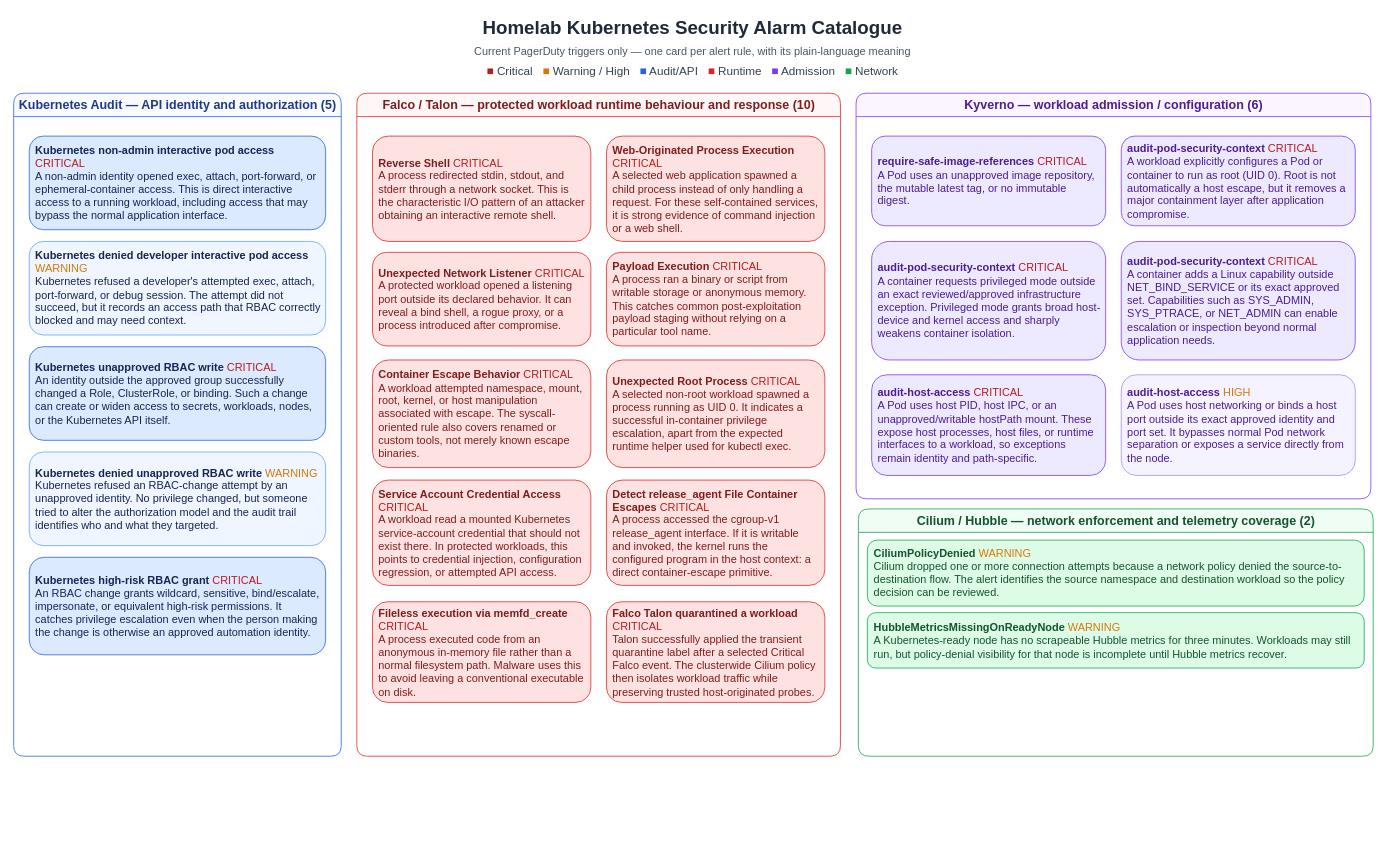
Before: visual/security-alarm-catalogue.drawio in EmrhT/ultimate-iac, a draw.io diagram. Source tidied: cells renumbered, new cells numbered last; positions are measured from the earlier drawing's top-left corner, leaving out a move shared by most shapes. Both pictures are drawn from the tidied source at 78%, with x=0, y=0 at pixel (13, 13).
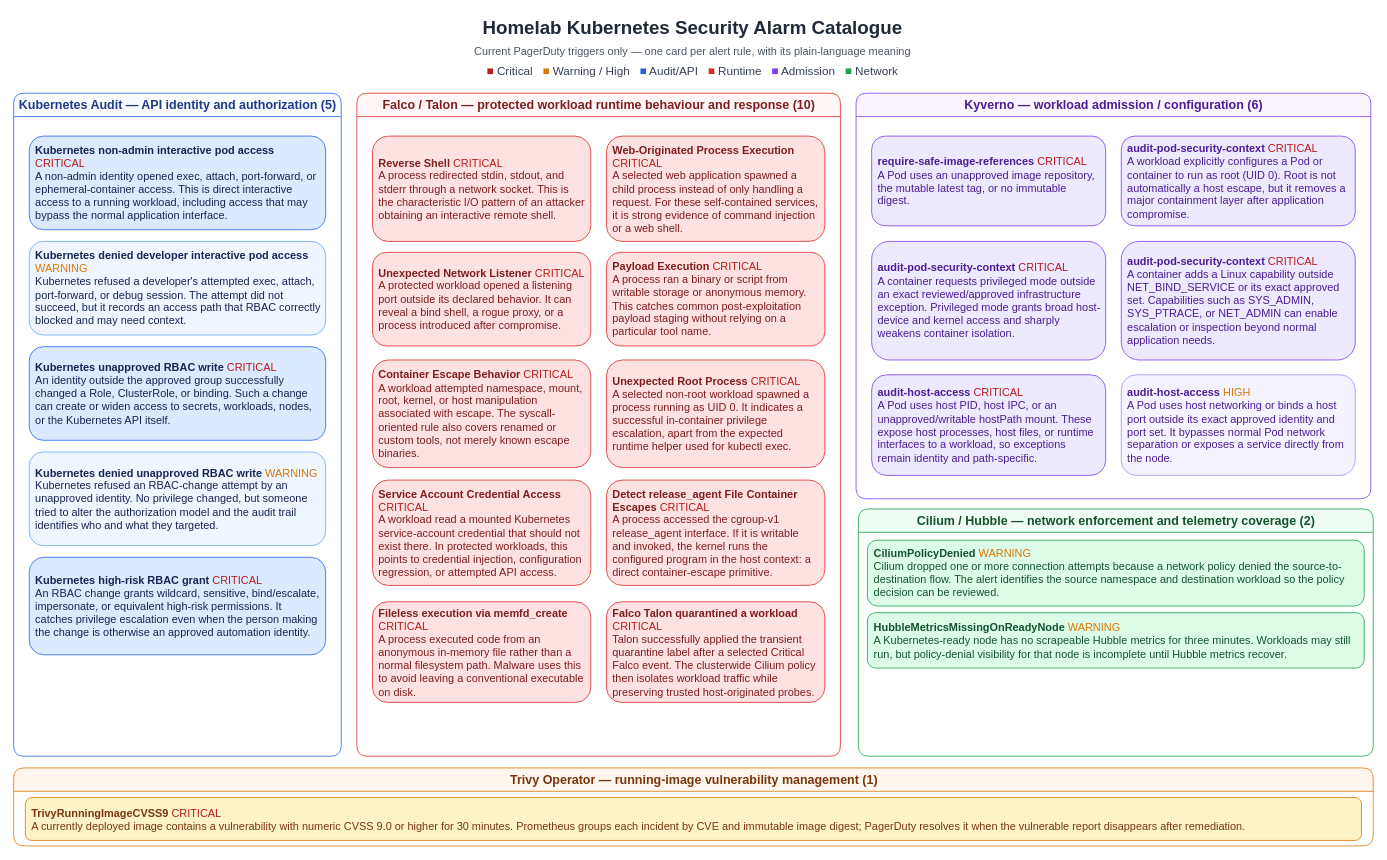
Above is the later version.

The edit, as a diff of the source:
```diff
@@
+    <mxCell id="32" value="Trivy Operator — running-image vulnerability management (1)" style="swimlane;html=1;rounded=1;startSize=30;fillColor=#FFF7ED;strokeColor=#D97706;fontStyle=1;fontColor=#78350F;fontSize=16;" parent="1" vertex="1">
+      <mxGeometry y="967" width="1743" height="100" as="geometry" />
+    </mxCell>
+    <mxCell id="33" value="&lt;b&gt;TrivyRunningImageCVSS9&lt;/b&gt; &lt;font color=&quot;#B91C1C&quot;&gt;CRITICAL&lt;/font&gt;&lt;br&gt;&lt;font&gt;A currently deployed image contains a vulnerability with numeric CVSS 9.0 or higher for 30 minutes. Prometheus groups each incident by CVE and immutable image digest; PagerDuty resolves it when the vulnerable report disappears after remediation.&lt;/font&gt;" style="rounded=1;whiteSpace=wrap;html=1;fillColor=#FEF3C7;strokeColor=#D97706;fontColor=#78350F;align=left;spacing=8;fontSize=14;" parent="32" vertex="1">
+      <mxGeometry x="15" y="38" width="1713" height="55" as="geometry" />
+    </mxCell>
```
